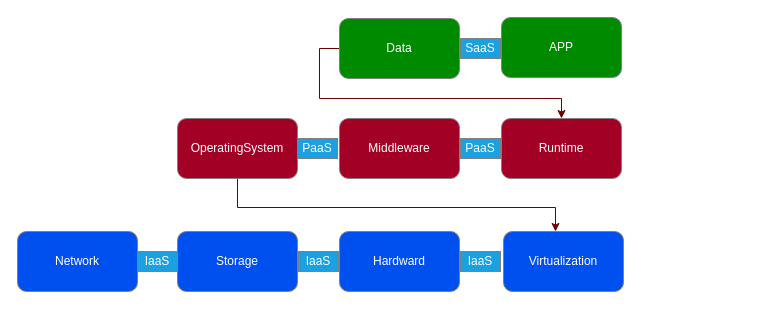
Above: AWS-Certification/associate-a/aws.drawio in uwspstar/Side-Projects (draw.io), before the change. Source tidied: cells renumbered, new cells numbered last; positions are measured from the earlier drawing's top-left corner, leaving out a move shared by most shapes. Both pictures are drawn from the tidied source at 100%, with x=0, y=0 at pixel (17, 17).
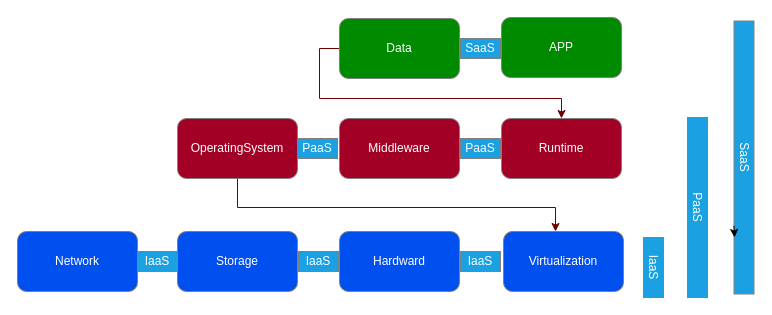
The same diagram, later.

The edit, as a diff of the source:
```diff
@@
+    <mxCell id="19" value="SaaS" style="text;html=1;strokeColor=#808080;fillColor=#1ba1e2;align=center;verticalAlign=middle;whiteSpace=wrap;rounded=0;sketch=0;fontColor=#ffffff;rotation=90;" parent="1" vertex="1">
+      <mxGeometry x="590" y="130" width="273" height="20" as="geometry" />
+    </mxCell>
+    <mxCell id="20" value="IaaS" style="text;html=1;strokeColor=#808080;fillColor=#1ba1e2;align=center;verticalAlign=middle;whiteSpace=wrap;rounded=0;sketch=0;fontColor=#ffffff;rotation=90;" parent="1" vertex="1">
+      <mxGeometry x="606" y="240" width="60" height="20" as="geometry" />
+    </mxCell>
+    <mxCell id="21" value="PaaS" style="text;html=1;strokeColor=#808080;fillColor=#1ba1e2;align=center;verticalAlign=middle;whiteSpace=wrap;rounded=0;sketch=0;fontColor=#ffffff;rotation=90;" parent="1" vertex="1">
+      <mxGeometry x="590" y="180" width="180" height="20" as="geometry" />
+    </mxCell>
+    <mxCell id="22" style="edgeStyle=orthogonalEdgeStyle;rounded=0;orthogonalLoop=1;jettySize=auto;html=1;exitX=0.75;exitY=1;exitDx=0;exitDy=0;entryX=0.793;entryY=0.975;entryDx=0;entryDy=0;entryPerimeter=0;" parent="1" edge="1" source="19" target="19">
+      <mxGeometry relative="1" as="geometry" />
+    </mxCell>
```
